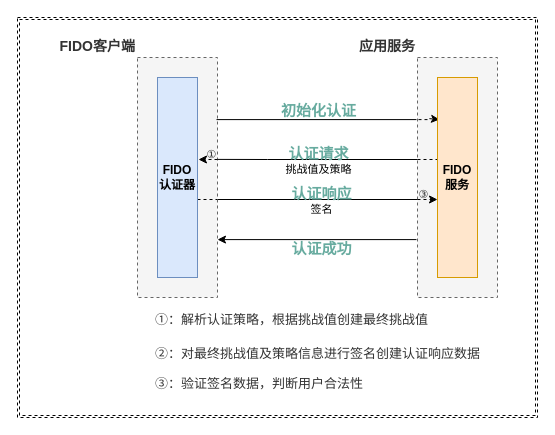
This is FIDO认证流程.drawio from mobof/Koal, a draw.io file, before an edit. Source tidied: cells renumbered, new cells numbered last; positions are measured from the earlier drawing's top-left corner, leaving out a move shared by most shapes. Both pictures are drawn from the tidied source at 100%, with x=0, y=0 at pixel (17, 17).
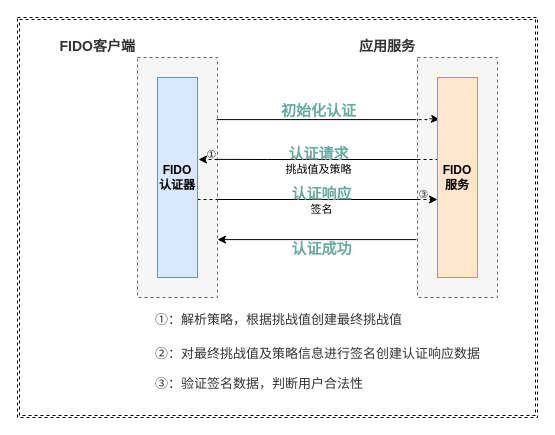
The same diagram, later.

The edit, as a diff of the source:
```diff
@@
-    <mxCell id="23" value="&lt;h1 style=&quot;text-align: left ; margin: 0px ; padding: 0px ; font-stretch: normal ; line-height: 26px ; word-break: break-all ; position: relative ; color: rgb(51 , 51 , 51)&quot;&gt;&lt;span class=&quot;ask-title&quot; style=&quot;display: inline ; line-height: 34px ; font-weight: 400 ; overflow: hidden ; vertical-align: middle&quot;&gt;&lt;font style=&quot;font-size: 13px&quot;&gt;①：&lt;/font&gt;&lt;font style=&quot;font-size: 13px&quot;&gt;解析认证策略，根据挑战值创建最终挑战值&lt;/font&gt;&lt;/span&gt;&lt;/h1&gt;&lt;h1 style=&quot;text-align: left ; margin: 0px ; padding: 0px ; font-stretch: normal ; line-height: 26px ; word-break: break-all ; position: relative ; color: rgb(51 , 51 , 51) ; font-size: 13px&quot;&gt;&lt;span class=&quot;ask-title&quot; style=&quot;display: inline ; line-height: 34px ; font-weight: 400 ; overflow: hidden ; vertical-align: middle&quot;&gt;&lt;font style=&quot;font-size: 13px&quot;&gt;②：对最终挑战值及策略信息进行签名创建认证响应数据&lt;/font&gt;&lt;/span&gt;&lt;/h1&gt;&lt;h1 style=&quot;text-align: left ; margin: 0px ; padding: 0px ; font-stretch: normal ; line-height: 26px ; word-break: break-all ; position: relative ; color: rgb(51 , 51 , 51) ; font-size: 13px&quot;&gt;&lt;span style=&quot;font-weight: 400 ; text-align: center&quot;&gt;③：验证签名数据，判断用户合法性&lt;/span&gt;&lt;/h1&gt;" style="text;html=1;align=center;verticalAlign=middle;strokeColor=none;" parent="1" vertex="1">
+    <mxCell id="23" value="&lt;h1 style=&quot;text-align: left ; margin: 0px ; padding: 0px ; font-stretch: normal ; line-height: 26px ; word-break: break-all ; position: relative ; color: rgb(51 , 51 , 51)&quot;&gt;&lt;span class=&quot;ask-title&quot; style=&quot;display: inline ; line-height: 34px ; font-weight: 400 ; overflow: hidden ; vertical-align: middle&quot;&gt;&lt;font style=&quot;font-size: 13px&quot;&gt;①：&lt;/font&gt;&lt;font style=&quot;font-size: 13px&quot;&gt;解析策略，根据挑战值创建最终挑战值&lt;/font&gt;&lt;/span&gt;&lt;/h1&gt;&lt;h1 style=&quot;text-align: left ; margin: 0px ; padding: 0px ; font-stretch: normal ; line-height: 26px ; word-break: break-all ; position: relative ; color: rgb(51 , 51 , 51) ; font-size: 13px&quot;&gt;&lt;span class=&quot;ask-title&quot; style=&quot;display: inline ; line-height: 34px ; font-weight: 400 ; overflow: hidden ; vertical-align: middle&quot;&gt;&lt;font style=&quot;font-size: 13px&quot;&gt;②：对最终挑战值及策略信息进行签名创建认证响应数据&lt;/font&gt;&lt;/span&gt;&lt;/h1&gt;&lt;h1 style=&quot;text-align: left ; margin: 0px ; padding: 0px ; font-stretch: normal ; line-height: 26px ; word-break: break-all ; position: relative ; color: rgb(51 , 51 , 51) ; font-size: 13px&quot;&gt;&lt;span style=&quot;font-weight: 400 ; text-align: center&quot;&gt;③：验证签名数据，判断用户合法性&lt;/span&gt;&lt;/h1&gt;" style="text;html=1;align=center;verticalAlign=middle;strokeColor=none;" parent="1" vertex="1">
       <mxGeometry x="130" y="280" width="340" height="100" as="geometry" />
     </mxCell>
```
